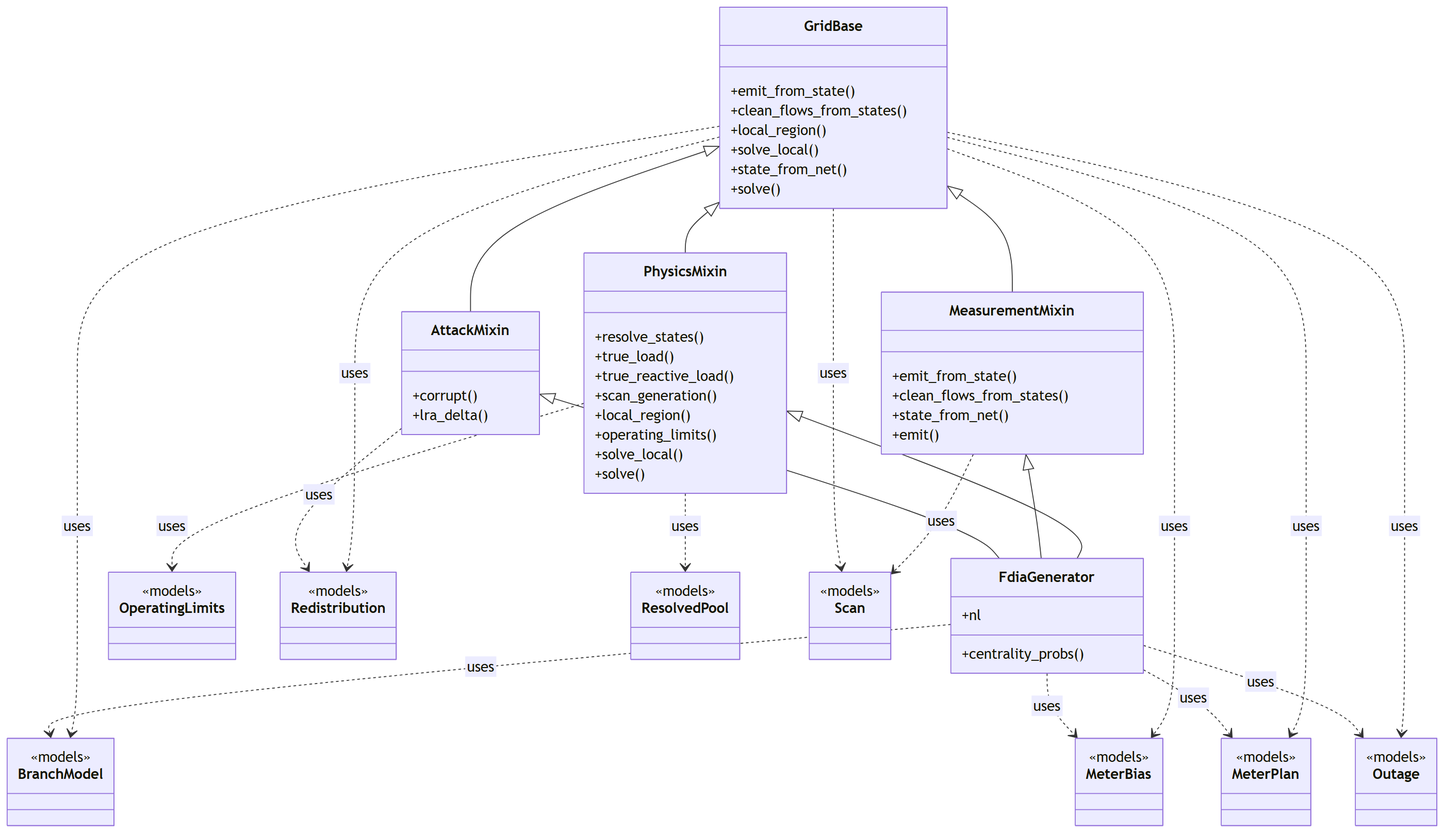
myersben9/fdia-graph keeps this Mermaid diagram as docs/figures/diagrams/classes_engine.png. Above is the earlier version. Its source is kept beside it as docs/figures/diagrams/classes_engine.mmd.
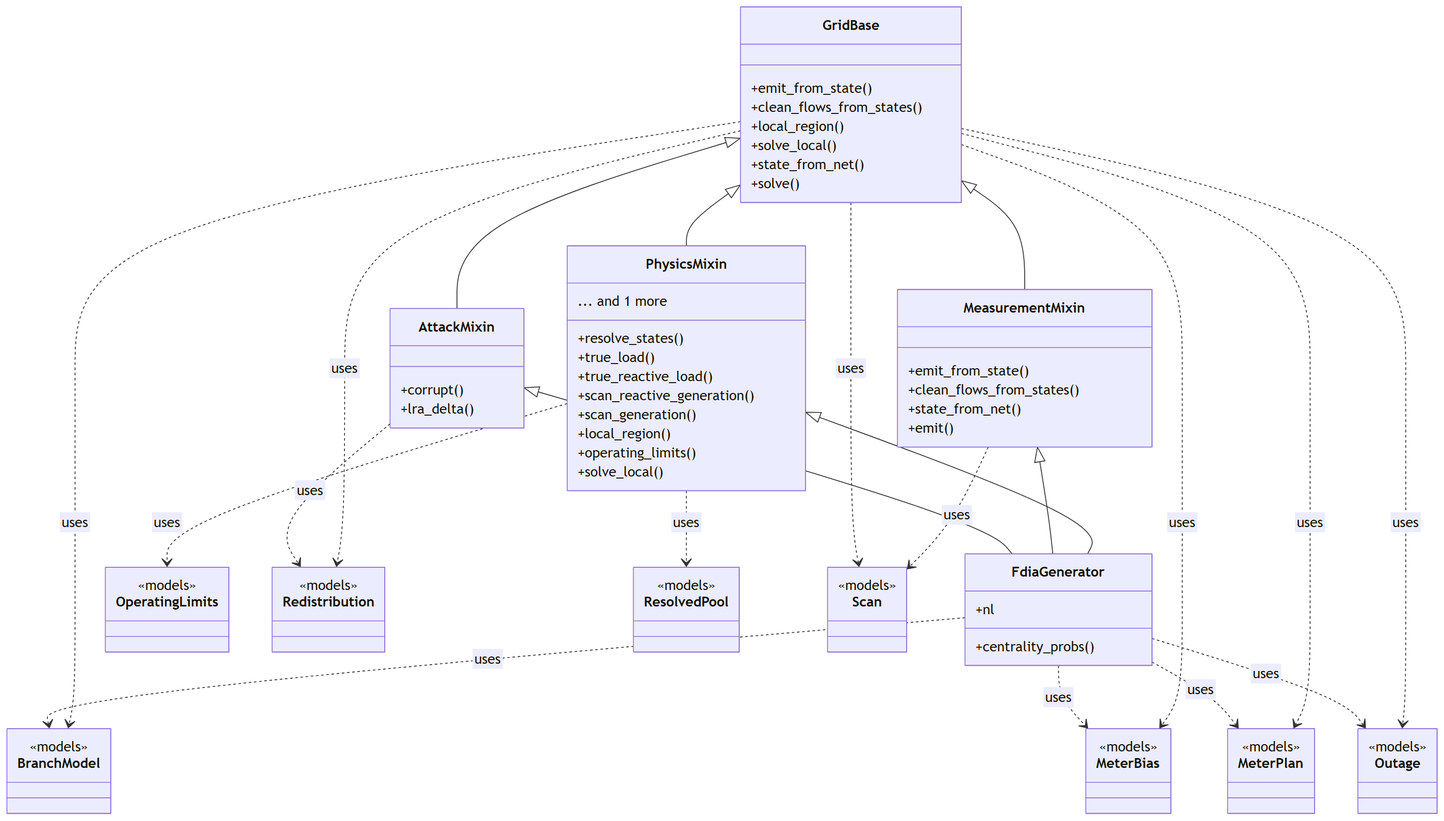
After the change.

Commit message:
Reactive load adds back the generators' reactive output; the local solve subtracts it

The edit, as a diff of the source:
```diff
@@ -17,11 +17,12 @@
         +resolve_states()
         +true_load()
         +true_reactive_load()
+        +scan_reactive_generation()
         +scan_generation()
         +local_region()
         +operating_limits()
         +solve_local()
-        +solve()
+        ... and 1 more
     }
     class AttackMixin {
         +corrupt()
```
